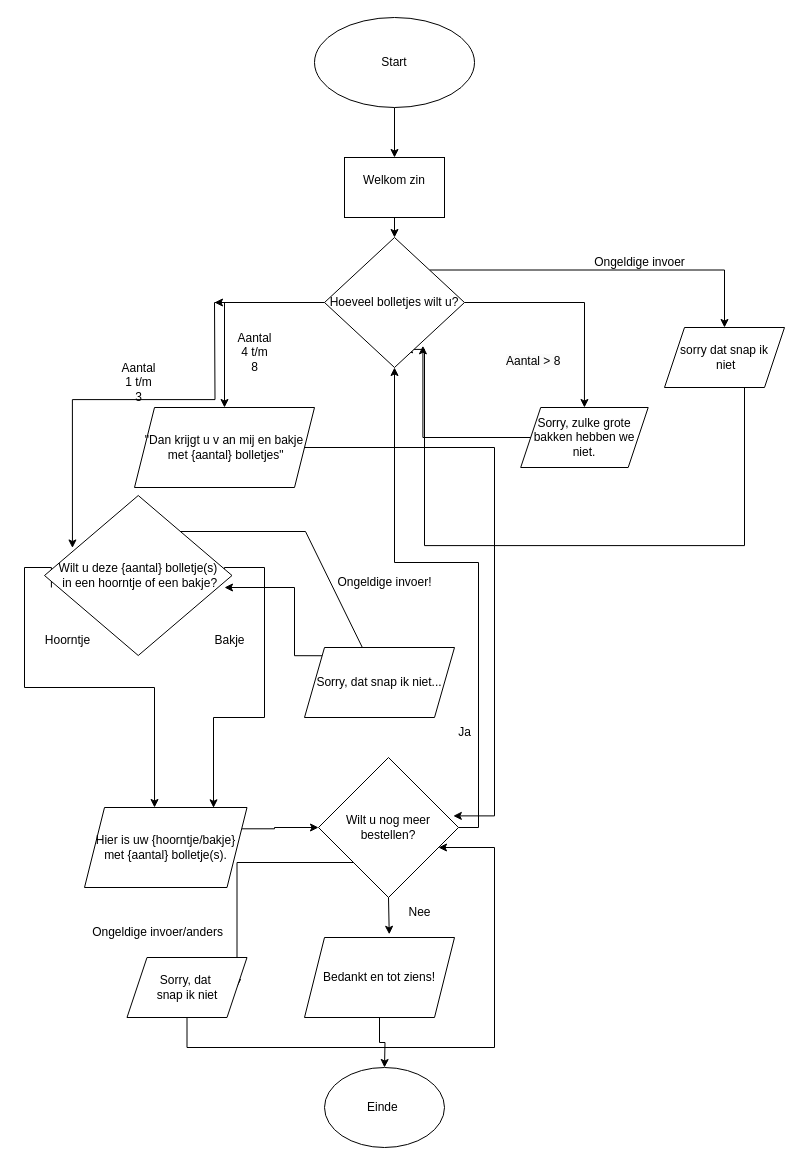
Earlier version of the draw.io diagram Module 3/Proef/ijssalon/flowchartijs.drawio (mustafadrr32/leren-programmeren). Source tidied: cells renumbered, new cells numbered last; positions are measured from the earlier drawing's top-left corner, leaving out a move shared by most shapes. Both pictures are drawn from the tidied source at 100%, with x=0, y=0 at pixel (24, 17).
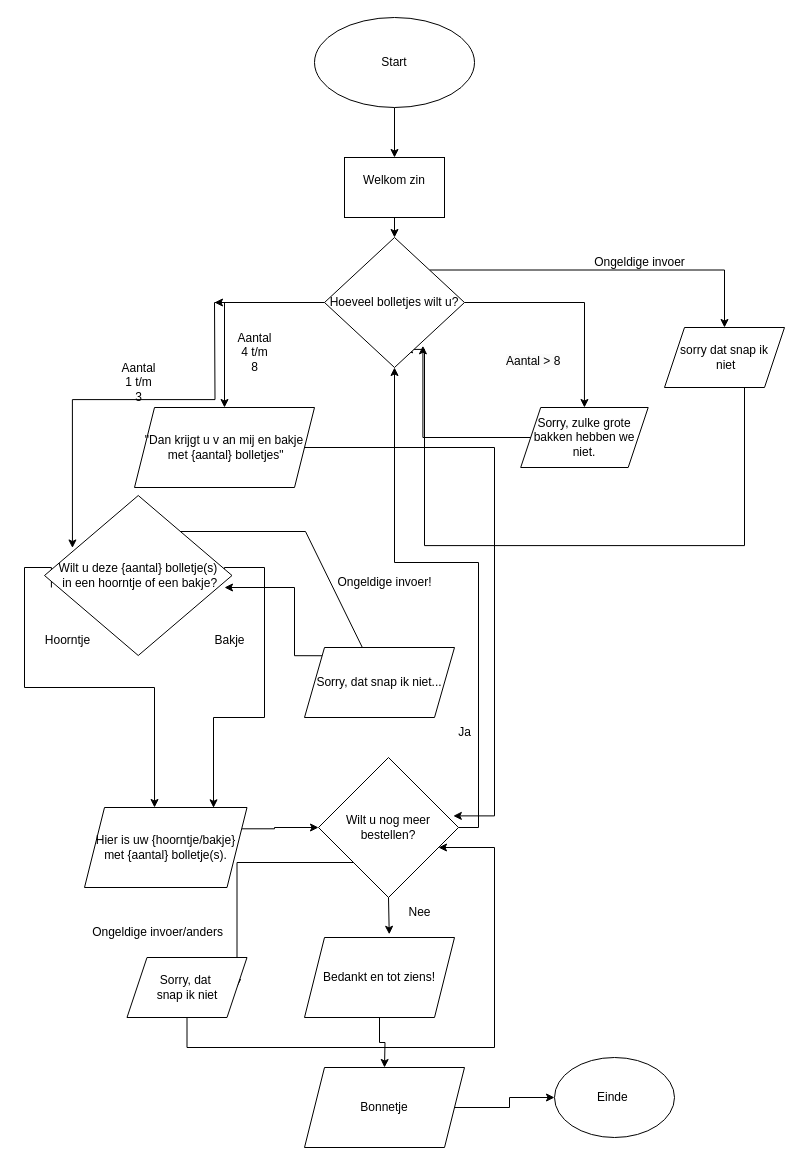
The same page after the edit.

What changed in the source:
```diff
@@
     <mxCell id="44" value="Einde&amp;nbsp;" style="ellipse;whiteSpace=wrap;html=1;" parent="1" vertex="1">
-      <mxGeometry x="300" y="1050" width="120" height="80" as="geometry" />
+      <mxGeometry x="530" y="1040" width="120" height="80" as="geometry" />
     </mxCell>
+    <mxCell id="45" style="edgeStyle=orthogonalEdgeStyle;rounded=0;jettySize=auto;html=1;" parent="1" edge="1" source="46" target="44">
+      <mxGeometry relative="1" as="geometry" />
+    </mxCell>
+    <mxCell id="46" value="Bonnetje" style="shape=parallelogram;perimeter=parallelogramPerimeter;whiteSpace=wrap;html=1;fixedSize=1;" parent="1" vertex="1">
+      <mxGeometry x="280" y="1050" width="160" height="80" as="geometry" />
+    </mxCell>
```
